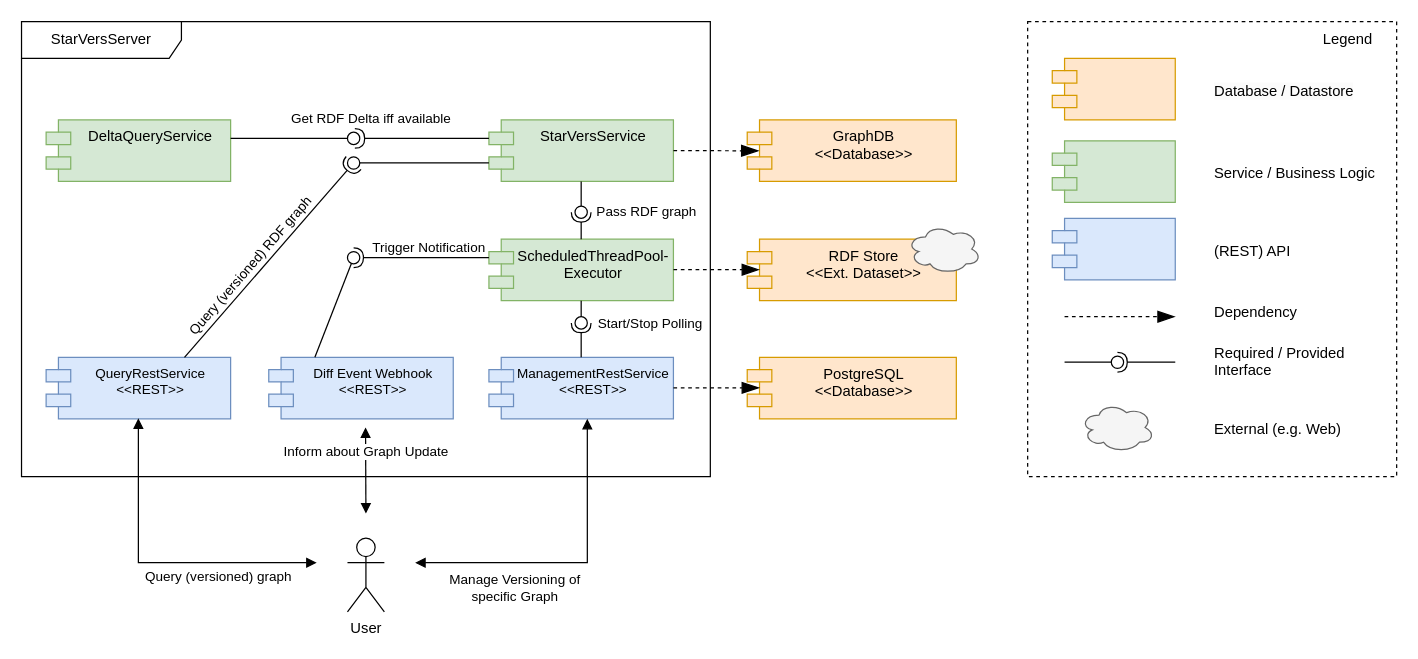
Earlier version of the draw.io diagram assets/ComponentDiagram.drawio (GreenfishK/starvers). Source tidied: cells renumbered, new cells numbered last; positions are measured from the earlier drawing's top-left corner, leaving out a move shared by most shapes. Both pictures are drawn from the tidied source at 123%, with x=0, y=0 at pixel (21, 21).
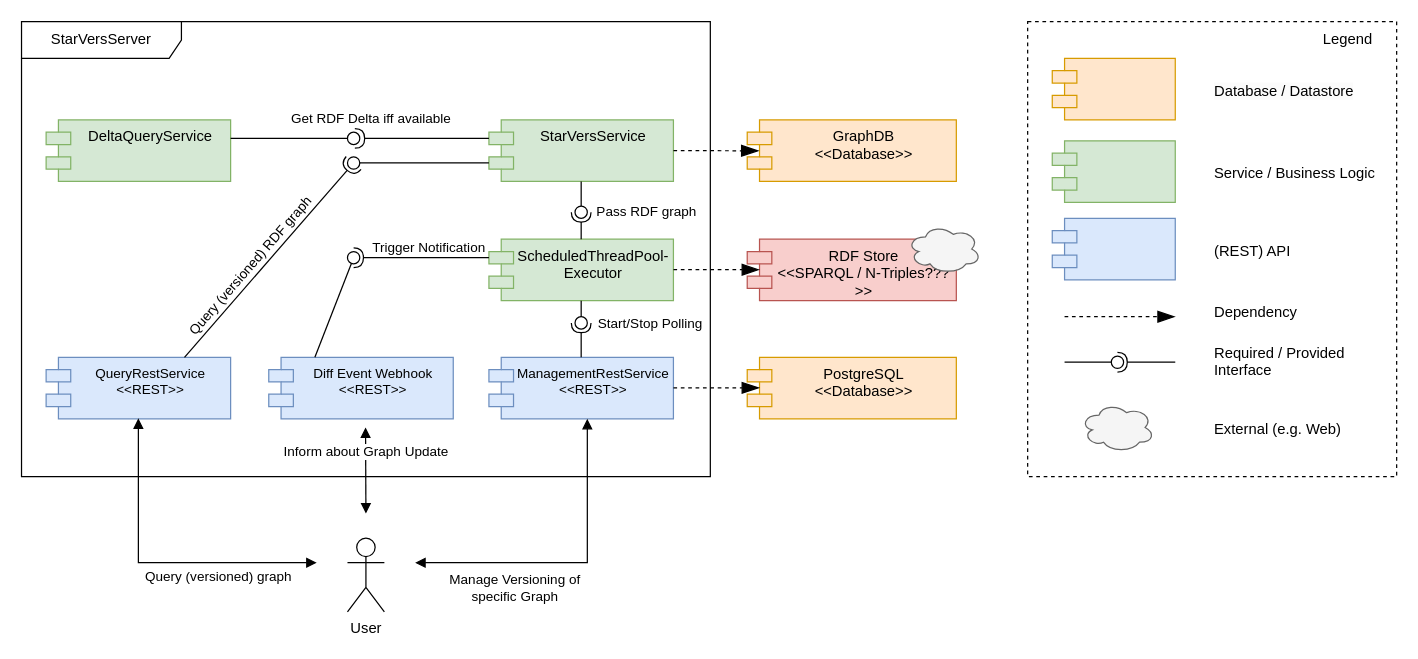
After the change.

What changed in the source:
```diff
@@
-    <mxCell id="11" value="RDF Store&lt;br&gt;&amp;lt;&amp;lt;Ext. Dataset&amp;gt;&amp;gt;" style="shape=module;align=left;spacingLeft=20;align=center;verticalAlign=top;whiteSpace=wrap;html=1;fillColor=#ffe6cc;strokeColor=#d79b00;" parent="1" vertex="1">
+    <mxCell id="11" value="RDF Store&lt;br&gt;&amp;lt;&amp;lt;SPARQL / N-Triples???&amp;gt;&amp;gt;" style="shape=module;align=left;spacingLeft=20;align=center;verticalAlign=top;whiteSpace=wrap;html=1;fillColor=#f8cecc;strokeColor=#b85450;" parent="1" vertex="1">
       <mxGeometry x="590" y="177" width="170" height="50" as="geometry" />
     </mxCell>
```
